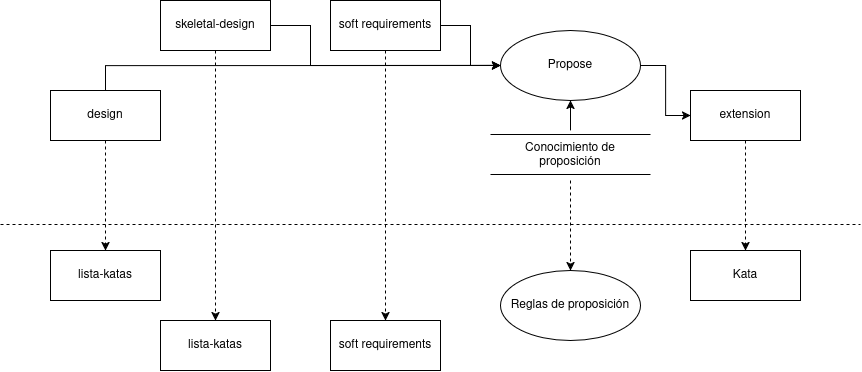
This is practicas/images/propose.png from manuelsrleon/dsi-2026-modelado-conceptual, a draw.io export, as it was before one commit. Source tidied: cells renumbered, new cells last; positions are measured from the earlier drawing's top-left corner, leaving out a move shared by most shapes. The source it was exported from:
```xml
<mxGraphModel>
  <root>
    <mxCell id="0" />
    <mxCell id="1" parent="0" />
    <mxCell id="2" style="edgeStyle=orthogonalEdgeStyle;rounded=0;jettySize=auto;html=1;entryX=0;entryY=0.5;entryDx=0;entryDy=0;" parent="1" edge="1" source="4" target="6">
      <mxGeometry relative="1" as="geometry">
        <Array as="points">
          <mxPoint x="105" y="65" />
        </Array>
      </mxGeometry>
    </mxCell>
    <mxCell id="3" style="edgeStyle=orthogonalEdgeStyle;rounded=0;jettySize=auto;html=1;entryX=0.5;entryY=0;entryDx=0;entryDy=0;dashed=1;" parent="1" edge="1" source="4" target="10">
      <mxGeometry relative="1" as="geometry" />
    </mxCell>
    <mxCell id="4" value="design" style="html=1;whiteSpace=wrap;" parent="1" vertex="1">
      <mxGeometry x="50" y="90" width="110" height="50" as="geometry" />
    </mxCell>
    <mxCell id="5" style="edgeStyle=orthogonalEdgeStyle;rounded=0;jettySize=auto;html=1;" parent="1" edge="1" source="6" target="8">
      <mxGeometry relative="1" as="geometry" />
    </mxCell>
    <mxCell id="6" value="Propose" style="ellipse;whiteSpace=wrap;html=1;" parent="1" vertex="1">
      <mxGeometry x="500" y="30" width="140" height="70" as="geometry" />
    </mxCell>
    <mxCell id="7" style="edgeStyle=orthogonalEdgeStyle;rounded=0;jettySize=auto;html=1;dashed=1;" parent="1" edge="1" source="8" target="11">
      <mxGeometry relative="1" as="geometry" />
    </mxCell>
    <mxCell id="8" value="extension" style="html=1;whiteSpace=wrap;" parent="1" vertex="1">
      <mxGeometry x="690" y="90" width="110" height="50" as="geometry" />
    </mxCell>
    <mxCell id="9" style="line;strokeWidth=1;fillColor=none;align=left;verticalAlign=middle;spacingTop=-1;spacingLeft=3;spacingRight=3;labelPosition=right;strokeColor=inherit;dashed=1;" parent="1" vertex="1">
      <mxGeometry y="220" width="860" height="8" as="geometry" />
    </mxCell>
    <mxCell id="10" value="lista-katas" style="html=1;whiteSpace=wrap;" parent="1" vertex="1">
      <mxGeometry x="50" y="250" width="110" height="50" as="geometry" />
    </mxCell>
    <mxCell id="11" value="Kata" style="html=1;whiteSpace=wrap;" parent="1" vertex="1">
      <mxGeometry x="690" y="250" width="110" height="50" as="geometry" />
    </mxCell>
    <mxCell id="12" style="edgeStyle=orthogonalEdgeStyle;rounded=0;jettySize=auto;html=1;entryX=0;entryY=0.5;entryDx=0;entryDy=0;" parent="1" edge="1" source="14" target="6">
      <mxGeometry relative="1" as="geometry">
        <Array as="points">
          <mxPoint x="310" y="25" />
          <mxPoint x="310" y="65" />
        </Array>
      </mxGeometry>
    </mxCell>
    <mxCell id="13" style="edgeStyle=orthogonalEdgeStyle;rounded=0;jettySize=auto;html=1;entryX=0.5;entryY=0;entryDx=0;entryDy=0;dashed=1;" parent="1" edge="1" source="14" target="18">
      <mxGeometry relative="1" as="geometry" />
    </mxCell>
    <mxCell id="14" value="skeletal-design" style="html=1;whiteSpace=wrap;" parent="1" vertex="1">
      <mxGeometry x="160" width="110" height="50" as="geometry" />
    </mxCell>
    <mxCell id="15" style="edgeStyle=orthogonalEdgeStyle;rounded=0;jettySize=auto;html=1;exitX=0.5;exitY=1;exitDx=0;exitDy=0;entryX=0.5;entryY=0;entryDx=0;entryDy=0;dashed=1;" parent="1" edge="1" source="17" target="19">
      <mxGeometry relative="1" as="geometry" />
    </mxCell>
    <mxCell id="16" style="edgeStyle=orthogonalEdgeStyle;rounded=0;jettySize=auto;html=1;entryX=0;entryY=0.5;entryDx=0;entryDy=0;" parent="1" edge="1" source="17" target="6">
      <mxGeometry relative="1" as="geometry" />
    </mxCell>
    <mxCell id="17" value="soft requirements" style="html=1;whiteSpace=wrap;" parent="1" vertex="1">
      <mxGeometry x="330" width="110" height="50" as="geometry" />
    </mxCell>
    <mxCell id="18" value="lista-katas" style="html=1;whiteSpace=wrap;" parent="1" vertex="1">
      <mxGeometry x="160" y="320" width="110" height="50" as="geometry" />
    </mxCell>
    <mxCell id="19" value="soft requirements" style="html=1;whiteSpace=wrap;" parent="1" vertex="1">
      <mxGeometry x="330" y="320" width="110" height="50" as="geometry" />
    </mxCell>
    <mxCell id="20" style="edgeStyle=orthogonalEdgeStyle;rounded=0;jettySize=auto;html=1;exitX=0.5;exitY=0;exitDx=0;exitDy=0;" parent="1" edge="1" source="22" target="6">
      <mxGeometry relative="1" as="geometry" />
    </mxCell>
    <mxCell id="21" style="edgeStyle=orthogonalEdgeStyle;rounded=0;jettySize=auto;html=1;entryX=0.5;entryY=0;entryDx=0;entryDy=0;dashed=1;" parent="1" edge="1" source="22" target="25">
      <mxGeometry relative="1" as="geometry" />
    </mxCell>
    <mxCell id="22" value="Conocimiento de proposición" style="text;html=1;whiteSpace=wrap;strokeColor=none;fillColor=none;align=center;verticalAlign=middle;rounded=0;" parent="1" vertex="1">
      <mxGeometry x="510" y="130" width="120" height="50" as="geometry" />
    </mxCell>
    <mxCell id="23" style="line;strokeWidth=1;fillColor=none;align=left;verticalAlign=middle;spacingTop=-1;spacingLeft=3;spacingRight=3;labelPosition=right;strokeColor=inherit;" parent="1" vertex="1">
      <mxGeometry x="490" y="170" width="160" height="8" as="geometry" />
    </mxCell>
    <mxCell id="24" style="line;strokeWidth=1;fillColor=none;align=left;verticalAlign=middle;spacingTop=-1;spacingLeft=3;spacingRight=3;labelPosition=right;strokeColor=inherit;" parent="1" vertex="1">
      <mxGeometry x="490" y="130" width="160" height="8" as="geometry" />
    </mxCell>
    <mxCell id="25" value="Reglas de proposición" style="ellipse;whiteSpace=wrap;html=1;" parent="1" vertex="1">
      <mxGeometry x="500" y="270" width="140" height="70" as="geometry" />
    </mxCell>
  </root>
</mxGraphModel>
```
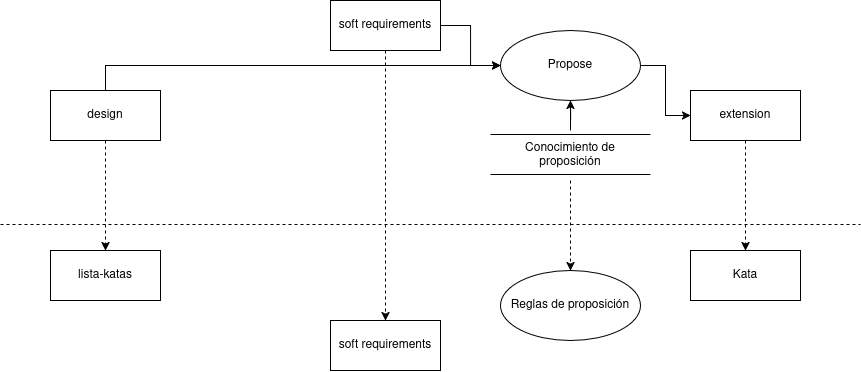
The same file after the commit.

Diff of the diagram source:
```diff
@@ -36,20 +36,6 @@
     <mxCell id="11" value="Kata" style="html=1;whiteSpace=wrap;" parent="1" vertex="1">
       <mxGeometry x="690" y="250" width="110" height="50" as="geometry" />
     </mxCell>
-    <mxCell id="12" style="edgeStyle=orthogonalEdgeStyle;rounded=0;jettySize=auto;html=1;entryX=0;entryY=0.5;entryDx=0;entryDy=0;" parent="1" edge="1" source="14" target="6">
-      <mxGeometry relative="1" as="geometry">
-        <Array as="points">
-          <mxPoint x="310" y="25" />
-          <mxPoint x="310" y="65" />
-        </Array>
-      </mxGeometry>
-    </mxCell>
-    <mxCell id="13" style="edgeStyle=orthogonalEdgeStyle;rounded=0;jettySize=auto;html=1;entryX=0.5;entryY=0;entryDx=0;entryDy=0;dashed=1;" parent="1" edge="1" source="14" target="18">
-      <mxGeometry relative="1" as="geometry" />
-    </mxCell>
-    <mxCell id="14" value="skeletal-design" style="html=1;whiteSpace=wrap;" parent="1" vertex="1">
-      <mxGeometry x="160" width="110" height="50" as="geometry" />
-    </mxCell>
     <mxCell id="15" style="edgeStyle=orthogonalEdgeStyle;rounded=0;jettySize=auto;html=1;exitX=0.5;exitY=1;exitDx=0;exitDy=0;entryX=0.5;entryY=0;entryDx=0;entryDy=0;dashed=1;" parent="1" edge="1" source="17" target="19">
       <mxGeometry relative="1" as="geometry" />
     </mxCell>
@@ -59,9 +45,6 @@
     <mxCell id="17" value="soft requirements" style="html=1;whiteSpace=wrap;" parent="1" vertex="1">
       <mxGeometry x="330" width="110" height="50" as="geometry" />
     </mxCell>
-    <mxCell id="18" value="lista-katas" style="html=1;whiteSpace=wrap;" parent="1" vertex="1">
-      <mxGeometry x="160" y="320" width="110" height="50" as="geometry" />
-    </mxCell>
     <mxCell id="19" value="soft requirements" style="html=1;whiteSpace=wrap;" parent="1" vertex="1">
       <mxGeometry x="330" y="320" width="110" height="50" as="geometry" />
     </mxCell>
```
